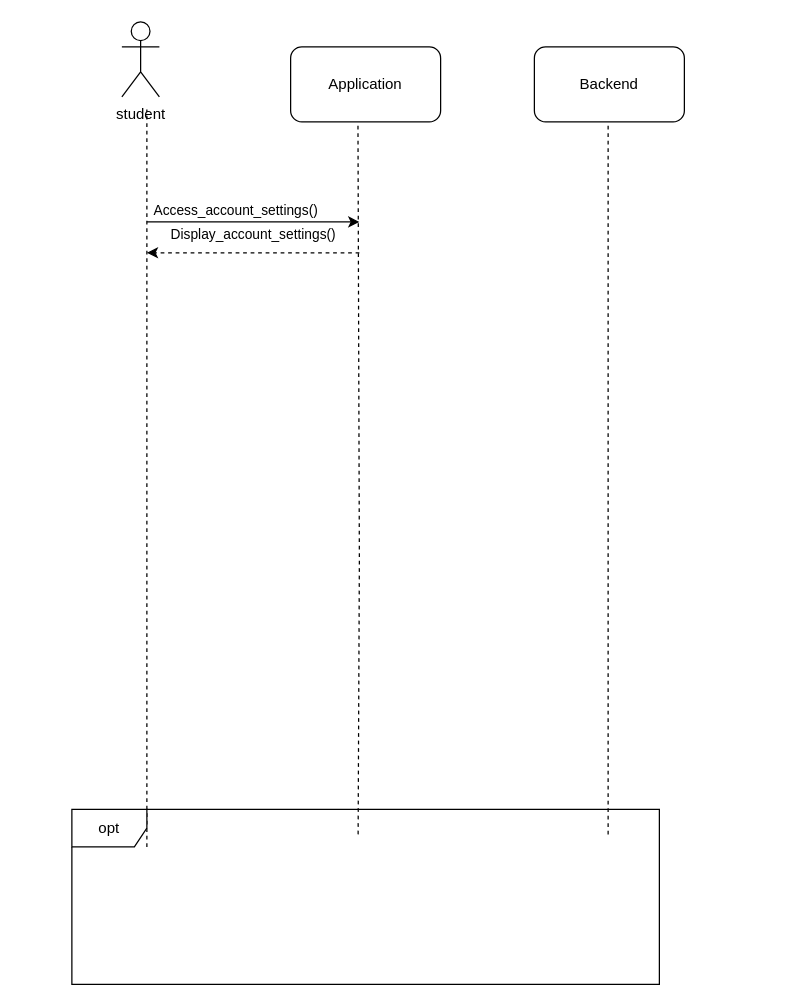
This is page "Account settings" (5 of 7) of Untitled Diagram.drawio from sarraGhali/Drone-parking-system, a draw.io file, before an edit. Source tidied: cells renumbered, new cells numbered last; positions are measured from the earlier drawing's top-left corner, leaving out a move shared by most shapes. Both pictures are drawn from the tidied source at 125%, with x=0, y=0 at pixel (71, 21).
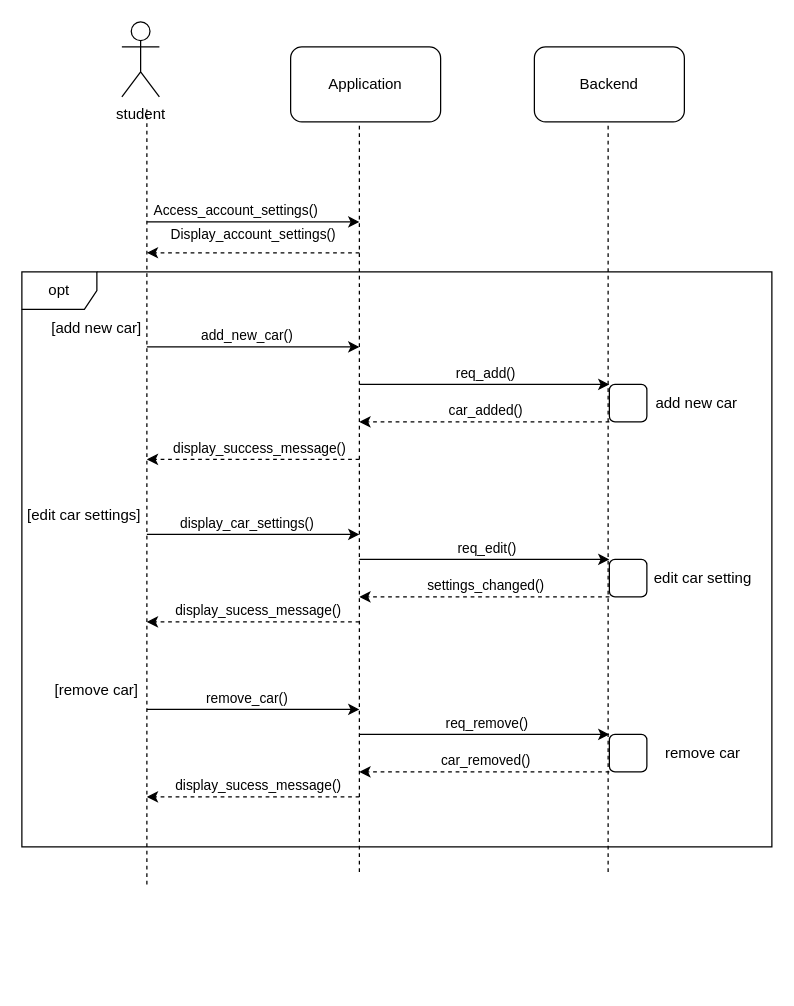
The same page after the edit.

Unchanged cells that the change refers to:
```xml
<mxCell id="2" value="Application" style="rounded=1;whiteSpace=wrap;html=1;" parent="1" vertex="1">
  <mxGeometry x="175" y="20" width="120" height="60" as="geometry" />
</mxCell>
```

Change to the diagram source:
```diff
@@
     <mxCell id="4" style="endArrow=none;dashed=1;html=1;rounded=0;" parent="1" edge="1">
       <mxGeometry relative="1" as="geometry">
-        <mxPoint x="60" y="660" as="sourcePoint" />
+        <mxPoint x="60" y="690" as="sourcePoint" />
         <mxPoint x="60" y="70" as="targetPoint" />
       </mxGeometry>
     </mxCell>
@@
-    <mxCell id="6" style="endArrow=none;dashed=1;html=1;rounded=0;entryX=0.449;entryY=1.027;entryDx=0;entryDy=0;entryPerimeter=0;" parent="1" edge="1" target="2">
-      <mxGeometry relative="1" as="geometry">
-        <mxPoint x="229" y="650" as="sourcePoint" />
-        <Array as="points">
-          <mxPoint x="230" y="430" />
-        </Array>
-      </mxGeometry>
-    </mxCell>
     <mxCell id="7" style="endArrow=none;dashed=1;html=1;rounded=0;" parent="1" edge="1">
       <mxGeometry relative="1" as="geometry">
-        <mxPoint x="429" y="650" as="sourcePoint" />
+        <mxPoint x="429" y="680" as="sourcePoint" />
         <mxPoint x="429" y="80" as="targetPoint" />
       </mxGeometry>
     </mxCell>
@@
+    <mxCell id="13" style="endArrow=classic;html=1;rounded=0;" parent="1" edge="1">
+      <mxGeometry relative="1" as="geometry">
+        <mxPoint x="60" y="260" as="sourcePoint" />
+        <mxPoint x="230" y="260" as="targetPoint" />
+      </mxGeometry>
+    </mxCell>
+    <mxCell id="14" value="add_new_car()" style="edgeLabel;html=1;align=center;verticalAlign=middle;" parent="13" vertex="1">
+      <mxGeometry x="-0.22" relative="1" as="geometry">
+        <mxPoint x="13" y="-10" as="offset" />
+      </mxGeometry>
+    </mxCell>
+    <mxCell id="15" value="[add new car]" style="text;html=1;strokeColor=none;fillColor=none;align=center;verticalAlign=middle;whiteSpace=wrap;rounded=0;" parent="1" vertex="1">
+      <mxGeometry x="-30" y="230" width="100" height="30" as="geometry" />
+    </mxCell>
+    <mxCell id="16" style="endArrow=classic;html=1;rounded=0;" parent="1" edge="1">
+      <mxGeometry relative="1" as="geometry">
+        <mxPoint x="230" y="290" as="sourcePoint" />
+        <mxPoint x="430" y="290" as="targetPoint" />
+      </mxGeometry>
+    </mxCell>
+    <mxCell id="17" value="req_add()" style="edgeLabel;html=1;align=center;verticalAlign=middle;" parent="16" vertex="1">
+      <mxGeometry x="0.09" y="-2" relative="1" as="geometry">
+        <mxPoint x="-9" y="-12" as="offset" />
+      </mxGeometry>
+    </mxCell>
+    <mxCell id="18" style="endArrow=classic;html=1;rounded=0;dashed=1;" parent="1" edge="1">
+      <mxGeometry relative="1" as="geometry">
+        <mxPoint x="430" y="320" as="sourcePoint" />
+        <mxPoint x="230" y="320" as="targetPoint" />
+      </mxGeometry>
+    </mxCell>
+    <mxCell id="19" value="car_added()" style="edgeLabel;html=1;align=center;verticalAlign=middle;" parent="18" vertex="1">
+      <mxGeometry x="-0.15" y="4" relative="1" as="geometry">
+        <mxPoint x="-15" y="-14" as="offset" />
+      </mxGeometry>
+    </mxCell>
+    <mxCell id="20" style="rounded=1;whiteSpace=wrap;html=1;fontSize=12;fillColor=none;" parent="1" vertex="1">
+      <mxGeometry x="430" y="290" width="30" height="30" as="geometry" />
+    </mxCell>
+    <mxCell id="21" value="add new car" style="text;html=1;strokeColor=none;fillColor=none;align=center;verticalAlign=middle;whiteSpace=wrap;rounded=0;" parent="1" vertex="1">
+      <mxGeometry x="460" y="290" width="80" height="30" as="geometry" />
+    </mxCell>
+    <mxCell id="22" style="endArrow=classic;html=1;rounded=0;dashed=1;" parent="1" edge="1">
+      <mxGeometry relative="1" as="geometry">
+        <mxPoint x="230" y="350" as="sourcePoint" />
+        <mxPoint x="60" y="350" as="targetPoint" />
+        <Array as="points">
+          <mxPoint x="150" y="350" />
+        </Array>
+      </mxGeometry>
+    </mxCell>
+    <mxCell id="23" value="display_success_message()" style="edgeLabel;html=1;align=center;verticalAlign=middle;" parent="22" vertex="1">
+      <mxGeometry x="0.15" y="-3" relative="1" as="geometry">
+        <mxPoint x="17" y="-7" as="offset" />
+      </mxGeometry>
+    </mxCell>
+    <mxCell id="24" value="[edit car settings]" style="text;html=1;strokeColor=none;fillColor=none;align=center;verticalAlign=middle;whiteSpace=wrap;rounded=0;" parent="1" vertex="1">
+      <mxGeometry x="-40" y="380" width="100" height="30" as="geometry" />
+    </mxCell>
+    <mxCell id="25" style="endArrow=classic;html=1;rounded=0;" parent="1" edge="1">
+      <mxGeometry relative="1" as="geometry">
+        <mxPoint x="60" y="410" as="sourcePoint" />
+        <mxPoint x="230" y="410" as="targetPoint" />
+      </mxGeometry>
+    </mxCell>
+    <mxCell id="26" value="display_car_settings()" style="edgeLabel;html=1;align=center;verticalAlign=middle;" parent="25" vertex="1">
+      <mxGeometry x="-0.16" y="-1" relative="1" as="geometry">
+        <mxPoint x="8" y="-11" as="offset" />
+      </mxGeometry>
+    </mxCell>
+    <mxCell id="27" style="endArrow=classic;html=1;rounded=0;" parent="1" edge="1">
+      <mxGeometry relative="1" as="geometry">
+        <mxPoint x="230" y="430" as="sourcePoint" />
+        <mxPoint x="430" y="430" as="targetPoint" />
+      </mxGeometry>
+    </mxCell>
+    <mxCell id="28" value="req_edit()" style="edgeLabel;html=1;align=center;verticalAlign=middle;" parent="27" vertex="1">
+      <mxGeometry x="-0.13" relative="1" as="geometry">
+        <mxPoint x="14" y="-10" as="offset" />
+      </mxGeometry>
+    </mxCell>
+    <mxCell id="29" style="rounded=1;whiteSpace=wrap;html=1;fontSize=12;fillColor=none;" parent="1" vertex="1">
+      <mxGeometry x="430" y="430" width="30" height="30" as="geometry" />
+    </mxCell>
+    <mxCell id="30" value="edit car setting" style="text;html=1;strokeColor=none;fillColor=none;align=center;verticalAlign=middle;whiteSpace=wrap;rounded=0;" parent="1" vertex="1">
+      <mxGeometry x="460" y="430" width="90" height="30" as="geometry" />
+    </mxCell>
+    <mxCell id="31" style="endArrow=classic;html=1;rounded=0;exitX=0;exitY=1;exitDx=0;exitDy=0;dashed=1;" parent="1" edge="1" source="29">
+      <mxGeometry relative="1" as="geometry">
+        <mxPoint x="230" y="460" as="targetPoint" />
+      </mxGeometry>
+    </mxCell>
+    <mxCell id="32" value="settings_changed()" style="edgeLabel;html=1;align=center;verticalAlign=middle;" parent="31" vertex="1">
+      <mxGeometry x="0.22" y="-1" relative="1" as="geometry">
+        <mxPoint x="22" y="-9" as="offset" />
+      </mxGeometry>
+    </mxCell>
+    <mxCell id="33" style="endArrow=classic;html=1;rounded=0;exitX=0;exitY=1;exitDx=0;exitDy=0;dashed=1;" parent="1" edge="1">
+      <mxGeometry relative="1" as="geometry">
+        <mxPoint x="230" y="480" as="sourcePoint" />
+        <mxPoint x="60" y="480" as="targetPoint" />
+      </mxGeometry>
+    </mxCell>
+    <mxCell id="34" value="display_sucess_message()" style="edgeLabel;html=1;align=center;verticalAlign=middle;" parent="33" vertex="1">
+      <mxGeometry x="0.22" y="-1" relative="1" as="geometry">
+        <mxPoint x="22" y="-9" as="offset" />
+      </mxGeometry>
+    </mxCell>
+    <mxCell id="35" style="endArrow=classic;html=1;rounded=0;" parent="1" edge="1">
+      <mxGeometry relative="1" as="geometry">
+        <mxPoint x="60" y="550" as="sourcePoint" />
+        <mxPoint x="230" y="550" as="targetPoint" />
+      </mxGeometry>
+    </mxCell>
+    <mxCell id="36" value="remove_car()" style="edgeLabel;html=1;align=center;verticalAlign=middle;" parent="35" vertex="1">
+      <mxGeometry x="-0.16" y="-1" relative="1" as="geometry">
+        <mxPoint x="8" y="-11" as="offset" />
+      </mxGeometry>
+    </mxCell>
+    <mxCell id="37" style="endArrow=classic;html=1;rounded=0;" parent="1" edge="1">
+      <mxGeometry relative="1" as="geometry">
+        <mxPoint x="230" y="570" as="sourcePoint" />
+        <mxPoint x="430" y="570" as="targetPoint" />
+      </mxGeometry>
+    </mxCell>
+    <mxCell id="38" value="req_remove()" style="edgeLabel;html=1;align=center;verticalAlign=middle;" parent="37" vertex="1">
+      <mxGeometry x="-0.13" relative="1" as="geometry">
+        <mxPoint x="14" y="-10" as="offset" />
+      </mxGeometry>
+    </mxCell>
+    <mxCell id="39" style="rounded=1;whiteSpace=wrap;html=1;fontSize=12;fillColor=none;" parent="1" vertex="1">
+      <mxGeometry x="430" y="570" width="30" height="30" as="geometry" />
+    </mxCell>
+    <mxCell id="40" value="remove car" style="text;html=1;strokeColor=none;fillColor=none;align=center;verticalAlign=middle;whiteSpace=wrap;rounded=0;" parent="1" vertex="1">
+      <mxGeometry x="460" y="570" width="90" height="30" as="geometry" />
+    </mxCell>
+    <mxCell id="41" style="endArrow=classic;html=1;rounded=0;exitX=0;exitY=1;exitDx=0;exitDy=0;dashed=1;" parent="1" edge="1" source="39">
+      <mxGeometry relative="1" as="geometry">
+        <mxPoint x="230" y="600" as="targetPoint" />
+      </mxGeometry>
+    </mxCell>
+    <mxCell id="42" value="car_removed()" style="edgeLabel;html=1;align=center;verticalAlign=middle;" parent="41" vertex="1">
+      <mxGeometry x="0.22" y="-1" relative="1" as="geometry">
+        <mxPoint x="22" y="-9" as="offset" />
+      </mxGeometry>
+    </mxCell>
+    <mxCell id="43" style="endArrow=classic;html=1;rounded=0;exitX=0;exitY=1;exitDx=0;exitDy=0;dashed=1;" parent="1" edge="1">
+      <mxGeometry relative="1" as="geometry">
+        <mxPoint x="230" y="620" as="sourcePoint" />
+        <mxPoint x="60" y="620" as="targetPoint" />
+      </mxGeometry>
+    </mxCell>
+    <mxCell id="44" value="display_sucess_message()" style="edgeLabel;html=1;align=center;verticalAlign=middle;" parent="43" vertex="1">
+      <mxGeometry x="0.22" y="-1" relative="1" as="geometry">
+        <mxPoint x="22" y="-9" as="offset" />
+      </mxGeometry>
+    </mxCell>
+    <mxCell id="45" value="[remove car]" style="text;html=1;strokeColor=none;fillColor=none;align=center;verticalAlign=middle;whiteSpace=wrap;rounded=0;" parent="1" vertex="1">
+      <mxGeometry x="-30" y="520" width="100" height="30" as="geometry" />
+    </mxCell>
     <mxCell id="12" value="opt" style="shape=umlFrame;whiteSpace=wrap;html=1;fontSize=12;" parent="1" vertex="1">
-      <mxGeometry y="630" width="470" height="140" as="geometry" />
+      <mxGeometry x="-40" y="200" width="600" height="460" as="geometry" />
     </mxCell>
+    <mxCell id="46" style="endArrow=none;html=1;rounded=0;dashed=1;" parent="1" edge="1">
+      <mxGeometry relative="1" as="geometry">
+        <mxPoint x="230" y="680" as="sourcePoint" />
+        <mxPoint x="230" y="80" as="targetPoint" />
+      </mxGeometry>
+    </mxCell>
```
